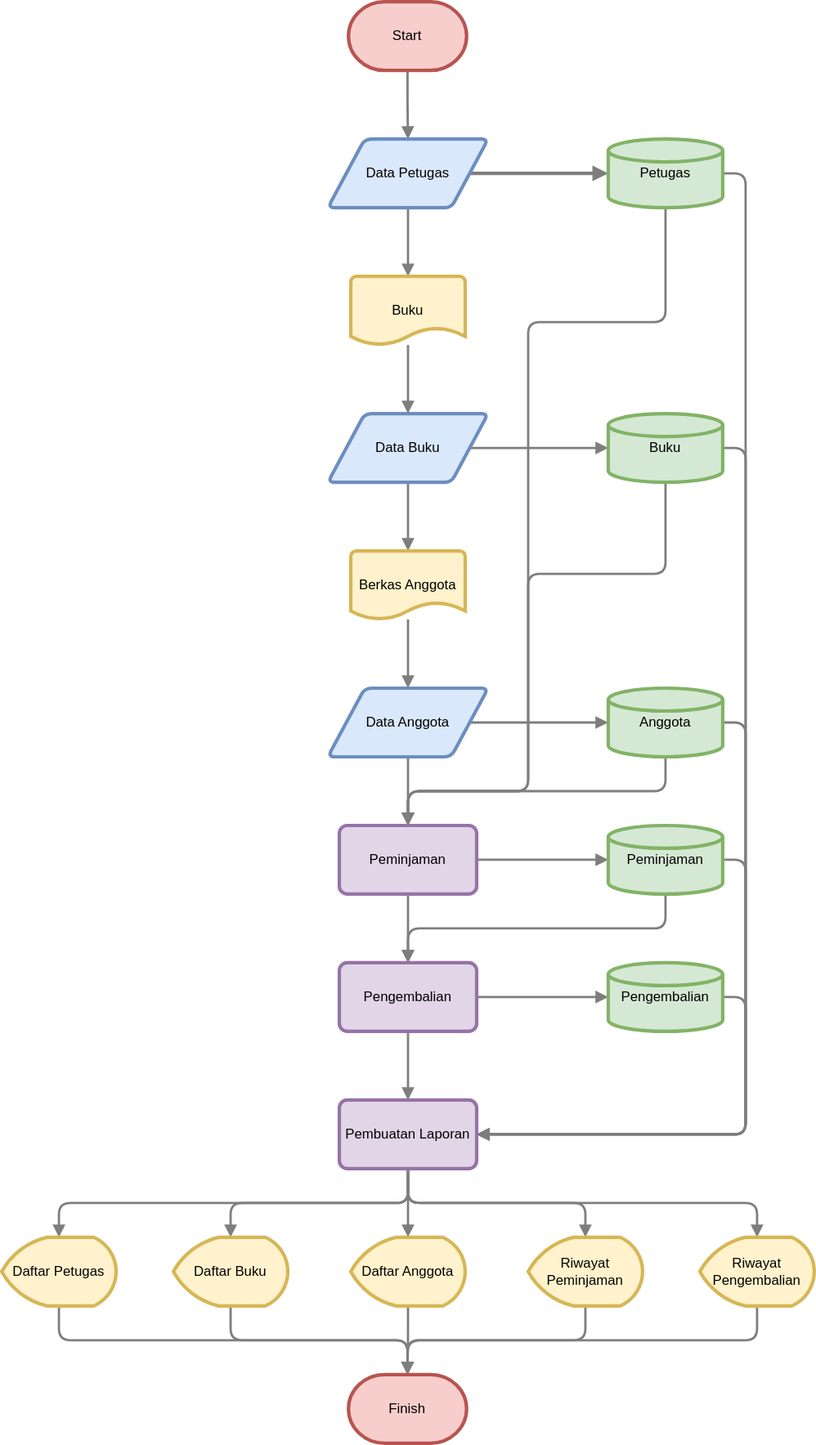
fauzan-radji/diagrams keeps this draw.io diagram as adsi-sisfo-perpustakaan.drawio.svg. Above is the earlier version. Source tidied: cells renumbered, new cells last; positions are measured from the earlier drawing's top-left corner, leaving out a move shared by most shapes.
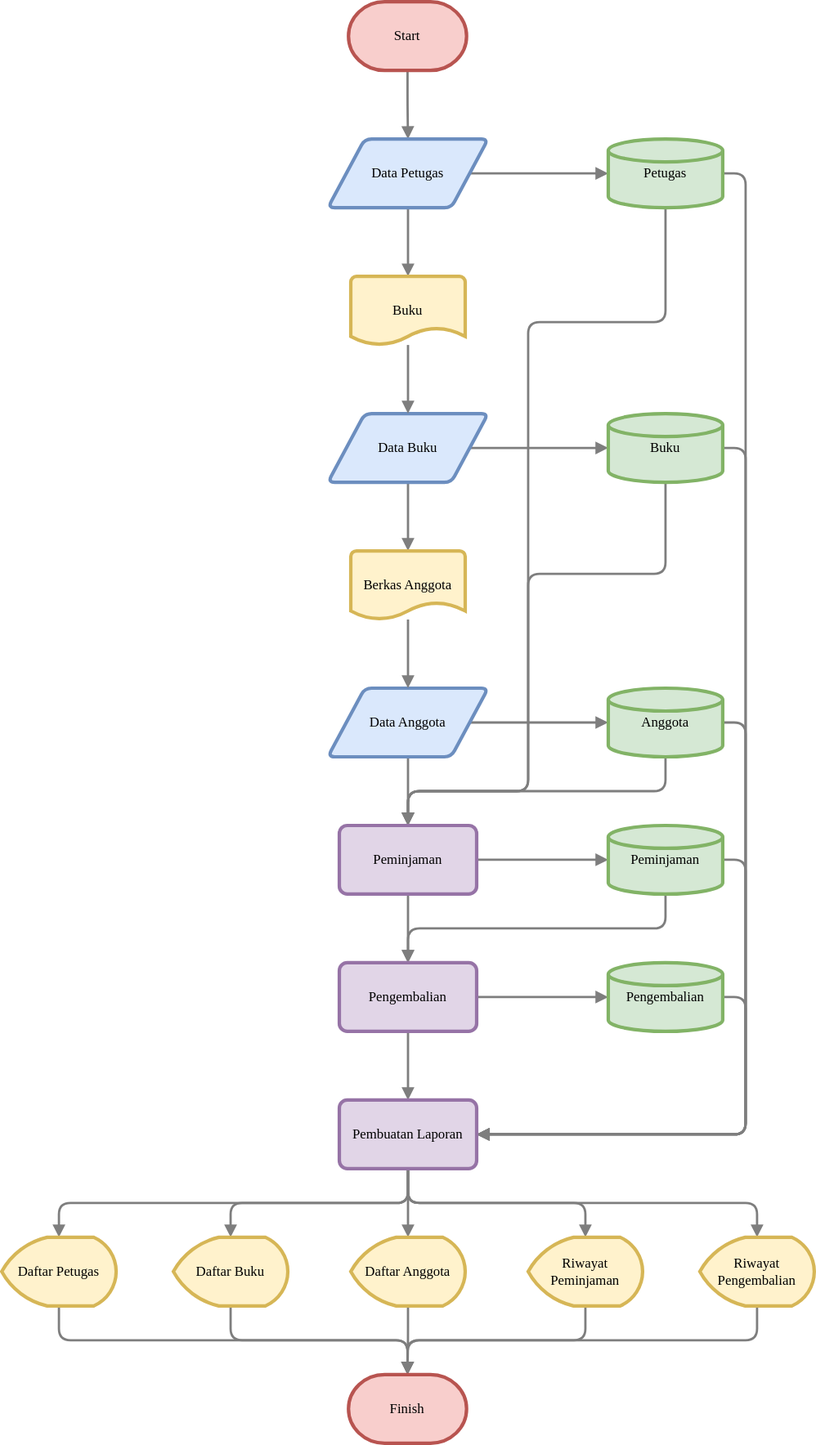
The same file after the commit.

Diff of the diagram source:
```diff
@@ -7,3 +7,3 @@
     </mxCell>
-    <mxCell id="3" value="Start" style="strokeWidth=3;html=1;shape=mxgraph.flowchart.terminator;whiteSpace=wrap;rounded=1;glass=0;labelBorderColor=none;sketch=0;strokeColor=#b85450;labelBackgroundColor=none;fillColor=#f8cecc;" parent="1" vertex="1">
+    <mxCell id="3" value="Start" style="strokeWidth=3;html=1;shape=mxgraph.flowchart.terminator;whiteSpace=wrap;rounded=1;glass=0;labelBorderColor=none;sketch=0;strokeColor=#b85450;labelBackgroundColor=none;fillColor=#f8cecc;fontFamily=Montserrat;fontSource=https%3A%2F%2Ffonts.googleapis.com%2Fcss%3Ffamily%3DMontserrat;" parent="1" vertex="1">
       <mxGeometry x="303" width="103.2" height="60" as="geometry" />
@@ -13,6 +13,6 @@
     </mxCell>
-    <mxCell id="5" style="edgeStyle=orthogonalEdgeStyle;curved=0;rounded=1;sketch=0;jettySize=auto;html=1;exitX=1;exitY=0.5;exitDx=0;exitDy=0;entryX=0;entryY=0.5;entryDx=0;entryDy=0;entryPerimeter=0;fontColor=#000;strokeWidth=3;strokeColor=#7e7e7e;endArrow=block;endFill=1;" parent="1" edge="1" source="6" target="9">
+    <mxCell id="5" style="edgeStyle=orthogonalEdgeStyle;curved=0;rounded=1;sketch=0;jettySize=auto;html=1;exitX=1;exitY=0.5;exitDx=0;exitDy=0;entryX=0;entryY=0.5;entryDx=0;entryDy=0;entryPerimeter=0;fontColor=#000;strokeWidth=2;strokeColor=#7e7e7e;endArrow=block;endFill=1;" parent="1" edge="1" source="6" target="9">
       <mxGeometry relative="1" as="geometry" />
     </mxCell>
-    <mxCell id="6" value="Data Petugas" style="shape=parallelogram;html=1;strokeWidth=3;perimeter=parallelogramPerimeter;whiteSpace=wrap;rounded=1;arcSize=12;size=0.23;sketch=0;strokeColor=#6c8ebf;fillColor=#dae8fc;" parent="1" vertex="1">
+    <mxCell id="6" value="Data Petugas" style="shape=parallelogram;html=1;strokeWidth=3;perimeter=parallelogramPerimeter;whiteSpace=wrap;rounded=1;arcSize=12;size=0.23;sketch=0;strokeColor=#6c8ebf;fillColor=#dae8fc;fontFamily=Montserrat;fontSource=https%3A%2F%2Ffonts.googleapis.com%2Fcss%3Ffamily%3DMontserrat;" parent="1" vertex="1">
       <mxGeometry x="285" y="120" width="140" height="60" as="geometry" />
@@ -32,3 +32,3 @@
     </mxCell>
-    <mxCell id="9" value="Petugas" style="strokeWidth=3;html=1;shape=mxgraph.flowchart.database;whiteSpace=wrap;rounded=0;labelBackgroundColor=none;labelBorderColor=none;sketch=0;strokeColor=#82b366;fillColor=#d5e8d4;" parent="1" vertex="1">
+    <mxCell id="9" value="Petugas" style="strokeWidth=3;html=1;shape=mxgraph.flowchart.database;whiteSpace=wrap;rounded=0;labelBackgroundColor=none;labelBorderColor=none;sketch=0;strokeColor=#82b366;fillColor=#d5e8d4;fontFamily=Montserrat;fontSource=https%3A%2F%2Ffonts.googleapis.com%2Fcss%3Ffamily%3DMontserrat;" parent="1" vertex="1">
       <mxGeometry x="530" y="120" width="100" height="60" as="geometry" />
@@ -41,3 +41,3 @@
     </mxCell>
-    <mxCell id="12" value="Data Buku" style="shape=parallelogram;html=1;strokeWidth=3;perimeter=parallelogramPerimeter;whiteSpace=wrap;rounded=1;arcSize=12;size=0.23;sketch=0;strokeColor=#6c8ebf;fillColor=#dae8fc;" parent="1" vertex="1">
+    <mxCell id="12" value="Data Buku" style="shape=parallelogram;html=1;strokeWidth=3;perimeter=parallelogramPerimeter;whiteSpace=wrap;rounded=1;arcSize=12;size=0.23;sketch=0;strokeColor=#6c8ebf;fillColor=#dae8fc;fontFamily=Montserrat;fontSource=https%3A%2F%2Ffonts.googleapis.com%2Fcss%3Ffamily%3DMontserrat;" parent="1" vertex="1">
       <mxGeometry x="285" y="360" width="140" height="60" as="geometry" />
@@ -57,3 +57,3 @@
     </mxCell>
-    <mxCell id="15" value="Buku" style="strokeWidth=3;html=1;shape=mxgraph.flowchart.database;whiteSpace=wrap;rounded=0;labelBackgroundColor=none;labelBorderColor=none;sketch=0;strokeColor=#82b366;perimeterSpacing=0;fillColor=#d5e8d4;" parent="1" vertex="1">
+    <mxCell id="15" value="Buku" style="strokeWidth=3;html=1;shape=mxgraph.flowchart.database;whiteSpace=wrap;rounded=0;labelBackgroundColor=none;labelBorderColor=none;sketch=0;strokeColor=#82b366;perimeterSpacing=0;fillColor=#d5e8d4;fontFamily=Montserrat;fontSource=https%3A%2F%2Ffonts.googleapis.com%2Fcss%3Ffamily%3DMontserrat;" parent="1" vertex="1">
       <mxGeometry x="530" y="360" width="100" height="60" as="geometry" />
@@ -63,3 +63,3 @@
     </mxCell>
-    <mxCell id="17" value="Buku" style="strokeWidth=3;html=1;shape=mxgraph.flowchart.document2;whiteSpace=wrap;size=0.25;rounded=0;labelBackgroundColor=none;labelBorderColor=none;sketch=0;strokeColor=#d6b656;fillColor=#fff2cc;" parent="1" vertex="1">
+    <mxCell id="17" value="Buku" style="strokeWidth=3;html=1;shape=mxgraph.flowchart.document2;whiteSpace=wrap;size=0.25;rounded=0;labelBackgroundColor=none;labelBorderColor=none;sketch=0;strokeColor=#d6b656;fillColor=#fff2cc;fontFamily=Montserrat;fontSource=https%3A%2F%2Ffonts.googleapis.com%2Fcss%3Ffamily%3DMontserrat;" parent="1" vertex="1">
       <mxGeometry x="305" y="240" width="100" height="60" as="geometry" />
@@ -72,3 +72,3 @@
     </mxCell>
-    <mxCell id="20" value="Data Anggota" style="shape=parallelogram;html=1;strokeWidth=3;perimeter=parallelogramPerimeter;whiteSpace=wrap;rounded=1;arcSize=12;size=0.23;sketch=0;strokeColor=#6c8ebf;fillColor=#dae8fc;" parent="1" vertex="1">
+    <mxCell id="20" value="Data Anggota" style="shape=parallelogram;html=1;strokeWidth=3;perimeter=parallelogramPerimeter;whiteSpace=wrap;rounded=1;arcSize=12;size=0.23;sketch=0;strokeColor=#6c8ebf;fillColor=#dae8fc;fontFamily=Montserrat;fontSource=https%3A%2F%2Ffonts.googleapis.com%2Fcss%3Ffamily%3DMontserrat;" parent="1" vertex="1">
       <mxGeometry x="285" y="600" width="140" height="60" as="geometry" />
@@ -81,3 +81,3 @@
     </mxCell>
-    <mxCell id="23" value="Anggota" style="strokeWidth=3;html=1;shape=mxgraph.flowchart.database;whiteSpace=wrap;rounded=0;labelBackgroundColor=none;labelBorderColor=none;sketch=0;strokeColor=#82b366;perimeterSpacing=0;fillColor=#d5e8d4;" parent="1" vertex="1">
+    <mxCell id="23" value="Anggota" style="strokeWidth=3;html=1;shape=mxgraph.flowchart.database;whiteSpace=wrap;rounded=0;labelBackgroundColor=none;labelBorderColor=none;sketch=0;strokeColor=#82b366;perimeterSpacing=0;fillColor=#d5e8d4;fontFamily=Montserrat;fontSource=https%3A%2F%2Ffonts.googleapis.com%2Fcss%3Ffamily%3DMontserrat;" parent="1" vertex="1">
       <mxGeometry x="530" y="600" width="100" height="60" as="geometry" />
@@ -87,3 +87,3 @@
     </mxCell>
-    <mxCell id="25" value="Berkas Anggota" style="strokeWidth=3;html=1;shape=mxgraph.flowchart.document2;whiteSpace=wrap;size=0.25;rounded=0;labelBackgroundColor=none;labelBorderColor=none;sketch=0;strokeColor=#d6b656;fillColor=#fff2cc;" parent="1" vertex="1">
+    <mxCell id="25" value="Berkas Anggota" style="strokeWidth=3;html=1;shape=mxgraph.flowchart.document2;whiteSpace=wrap;size=0.25;rounded=0;labelBackgroundColor=none;labelBorderColor=none;sketch=0;strokeColor=#d6b656;fillColor=#fff2cc;fontFamily=Montserrat;fontSource=https%3A%2F%2Ffonts.googleapis.com%2Fcss%3Ffamily%3DMontserrat;" parent="1" vertex="1">
       <mxGeometry x="305" y="480" width="100" height="60" as="geometry" />
@@ -96,3 +96,3 @@
     </mxCell>
-    <mxCell id="28" value="Peminjaman" style="rounded=1;whiteSpace=wrap;html=1;absoluteArcSize=1;arcSize=14;strokeWidth=3;labelBackgroundColor=none;labelBorderColor=none;sketch=0;fillColor=#e1d5e7;strokeColor=#9673a6;fontColor=#000;" parent="1" vertex="1">
+    <mxCell id="28" value="Peminjaman" style="rounded=1;whiteSpace=wrap;html=1;absoluteArcSize=1;arcSize=14;strokeWidth=3;labelBackgroundColor=none;labelBorderColor=none;sketch=0;fillColor=#e1d5e7;strokeColor=#9673a6;fontColor=#000;fontFamily=Montserrat;fontSource=https%3A%2F%2Ffonts.googleapis.com%2Fcss%3Ffamily%3DMontserrat;" parent="1" vertex="1">
       <mxGeometry x="295" y="720" width="120" height="60" as="geometry" />
@@ -105,3 +105,3 @@
     </mxCell>
-    <mxCell id="31" value="Peminjaman" style="strokeWidth=3;html=1;shape=mxgraph.flowchart.database;whiteSpace=wrap;rounded=0;labelBackgroundColor=none;labelBorderColor=none;sketch=0;strokeColor=#82b366;perimeterSpacing=0;fillColor=#d5e8d4;" parent="1" vertex="1">
+    <mxCell id="31" value="Peminjaman" style="strokeWidth=3;html=1;shape=mxgraph.flowchart.database;whiteSpace=wrap;rounded=0;labelBackgroundColor=none;labelBorderColor=none;sketch=0;strokeColor=#82b366;perimeterSpacing=0;fillColor=#d5e8d4;fontFamily=Montserrat;fontSource=https%3A%2F%2Ffonts.googleapis.com%2Fcss%3Ffamily%3DMontserrat;" parent="1" vertex="1">
       <mxGeometry x="530" y="720" width="100" height="60" as="geometry" />
@@ -114,3 +114,3 @@
     </mxCell>
-    <mxCell id="34" value="Pengembalian" style="rounded=1;whiteSpace=wrap;html=1;absoluteArcSize=1;arcSize=14;strokeWidth=3;labelBackgroundColor=none;labelBorderColor=none;sketch=0;fillColor=#e1d5e7;strokeColor=#9673a6;fontColor=#000;" parent="1" vertex="1">
+    <mxCell id="34" value="Pengembalian" style="rounded=1;whiteSpace=wrap;html=1;absoluteArcSize=1;arcSize=14;strokeWidth=3;labelBackgroundColor=none;labelBorderColor=none;sketch=0;fillColor=#e1d5e7;strokeColor=#9673a6;fontColor=#000;fontFamily=Montserrat;fontSource=https%3A%2F%2Ffonts.googleapis.com%2Fcss%3Ffamily%3DMontserrat;" parent="1" vertex="1">
       <mxGeometry x="295" y="840" width="120" height="60" as="geometry" />
@@ -120,3 +120,3 @@
     </mxCell>
-    <mxCell id="36" value="Pengembalian" style="strokeWidth=3;html=1;shape=mxgraph.flowchart.database;whiteSpace=wrap;rounded=0;labelBackgroundColor=none;labelBorderColor=none;sketch=0;strokeColor=#82b366;perimeterSpacing=0;fillColor=#d5e8d4;" parent="1" vertex="1">
+    <mxCell id="36" value="Pengembalian" style="strokeWidth=3;html=1;shape=mxgraph.flowchart.database;whiteSpace=wrap;rounded=0;labelBackgroundColor=none;labelBorderColor=none;sketch=0;strokeColor=#82b366;perimeterSpacing=0;fillColor=#d5e8d4;fontFamily=Montserrat;fontSource=https%3A%2F%2Ffonts.googleapis.com%2Fcss%3Ffamily%3DMontserrat;" parent="1" vertex="1">
       <mxGeometry x="530" y="840" width="100" height="60" as="geometry" />
@@ -138,3 +138,3 @@
     </mxCell>
-    <mxCell id="42" value="Pembuatan Laporan" style="rounded=1;whiteSpace=wrap;html=1;absoluteArcSize=1;arcSize=14;strokeWidth=3;labelBackgroundColor=none;labelBorderColor=none;sketch=0;fillColor=#e1d5e7;strokeColor=#9673a6;fontColor=#000;" parent="1" vertex="1">
+    <mxCell id="42" value="Pembuatan Laporan" style="rounded=1;whiteSpace=wrap;html=1;absoluteArcSize=1;arcSize=14;strokeWidth=3;labelBackgroundColor=none;labelBorderColor=none;sketch=0;fillColor=#e1d5e7;strokeColor=#9673a6;fontColor=#000;fontFamily=Montserrat;fontSource=https%3A%2F%2Ffonts.googleapis.com%2Fcss%3Ffamily%3DMontserrat;" parent="1" vertex="1">
       <mxGeometry x="295" y="960" width="120" height="60" as="geometry" />
@@ -144,3 +144,3 @@
     </mxCell>
-    <mxCell id="44" value="Daftar Anggota" style="strokeWidth=3;html=1;shape=mxgraph.flowchart.display;whiteSpace=wrap;rounded=0;labelBackgroundColor=none;labelBorderColor=none;sketch=0;fillColor=#fff2cc;strokeColor=#d6b656;" parent="1" vertex="1">
+    <mxCell id="44" value="Daftar Anggota" style="strokeWidth=3;html=1;shape=mxgraph.flowchart.display;whiteSpace=wrap;rounded=0;labelBackgroundColor=none;labelBorderColor=none;sketch=0;fillColor=#fff2cc;strokeColor=#d6b656;fontFamily=Montserrat;fontSource=https%3A%2F%2Ffonts.googleapis.com%2Fcss%3Ffamily%3DMontserrat;" parent="1" vertex="1">
       <mxGeometry x="305" y="1080" width="100" height="60" as="geometry" />
@@ -150,3 +150,3 @@
     </mxCell>
-    <mxCell id="46" value="Daftar Buku" style="strokeWidth=3;html=1;shape=mxgraph.flowchart.display;whiteSpace=wrap;rounded=0;labelBackgroundColor=none;labelBorderColor=none;sketch=0;fillColor=#fff2cc;strokeColor=#d6b656;" parent="1" vertex="1">
+    <mxCell id="46" value="Daftar Buku" style="strokeWidth=3;html=1;shape=mxgraph.flowchart.display;whiteSpace=wrap;rounded=0;labelBackgroundColor=none;labelBorderColor=none;sketch=0;fillColor=#fff2cc;strokeColor=#d6b656;fontFamily=Montserrat;fontSource=https%3A%2F%2Ffonts.googleapis.com%2Fcss%3Ffamily%3DMontserrat;" parent="1" vertex="1">
       <mxGeometry x="150" y="1080" width="100" height="60" as="geometry" />
@@ -156,3 +156,3 @@
     </mxCell>
-    <mxCell id="48" value="Daftar Petugas" style="strokeWidth=3;html=1;shape=mxgraph.flowchart.display;whiteSpace=wrap;rounded=0;labelBackgroundColor=none;labelBorderColor=none;sketch=0;fillColor=#fff2cc;strokeColor=#d6b656;" parent="1" vertex="1">
+    <mxCell id="48" value="Daftar Petugas" style="strokeWidth=3;html=1;shape=mxgraph.flowchart.display;whiteSpace=wrap;rounded=0;labelBackgroundColor=none;labelBorderColor=none;sketch=0;fillColor=#fff2cc;strokeColor=#d6b656;fontFamily=Montserrat;fontSource=https%3A%2F%2Ffonts.googleapis.com%2Fcss%3Ffamily%3DMontserrat;" parent="1" vertex="1">
       <mxGeometry y="1080" width="100" height="60" as="geometry" />
@@ -162,3 +162,3 @@
     </mxCell>
-    <mxCell id="50" value="Riwayat Pengembalian" style="strokeWidth=3;html=1;shape=mxgraph.flowchart.display;whiteSpace=wrap;rounded=0;labelBackgroundColor=none;labelBorderColor=none;sketch=0;fillColor=#fff2cc;strokeColor=#d6b656;" parent="1" vertex="1">
+    <mxCell id="50" value="Riwayat Pengembalian" style="strokeWidth=3;html=1;shape=mxgraph.flowchart.display;whiteSpace=wrap;rounded=0;labelBackgroundColor=none;labelBorderColor=none;sketch=0;fillColor=#fff2cc;strokeColor=#d6b656;fontFamily=Montserrat;fontSource=https%3A%2F%2Ffonts.googleapis.com%2Fcss%3Ffamily%3DMontserrat;" parent="1" vertex="1">
       <mxGeometry x="610" y="1080" width="100" height="60" as="geometry" />
@@ -168,6 +168,6 @@
     </mxCell>
-    <mxCell id="52" value="Riwayat Peminjaman" style="strokeWidth=3;html=1;shape=mxgraph.flowchart.display;whiteSpace=wrap;rounded=0;labelBackgroundColor=none;labelBorderColor=none;sketch=0;fillColor=#fff2cc;strokeColor=#d6b656;" parent="1" vertex="1">
+    <mxCell id="52" value="Riwayat Peminjaman" style="strokeWidth=3;html=1;shape=mxgraph.flowchart.display;whiteSpace=wrap;rounded=0;labelBackgroundColor=none;labelBorderColor=none;sketch=0;fillColor=#fff2cc;strokeColor=#d6b656;fontFamily=Montserrat;fontSource=https%3A%2F%2Ffonts.googleapis.com%2Fcss%3Ffamily%3DMontserrat;" parent="1" vertex="1">
       <mxGeometry x="460" y="1080" width="100" height="60" as="geometry" />
     </mxCell>
-    <mxCell id="53" value="Finish" style="strokeWidth=3;html=1;shape=mxgraph.flowchart.terminator;whiteSpace=wrap;rounded=1;glass=0;labelBorderColor=none;sketch=0;strokeColor=#b85450;labelBackgroundColor=none;fillColor=#f8cecc;" parent="1" vertex="1">
+    <mxCell id="53" value="Finish" style="strokeWidth=3;html=1;shape=mxgraph.flowchart.terminator;whiteSpace=wrap;rounded=1;glass=0;labelBorderColor=none;sketch=0;strokeColor=#b85450;labelBackgroundColor=none;fillColor=#f8cecc;fontFamily=Montserrat;fontSource=https%3A%2F%2Ffonts.googleapis.com%2Fcss%3Ffamily%3DMontserrat;" parent="1" vertex="1">
       <mxGeometry x="303" y="1200" width="103.2" height="60" as="geometry" />
```
